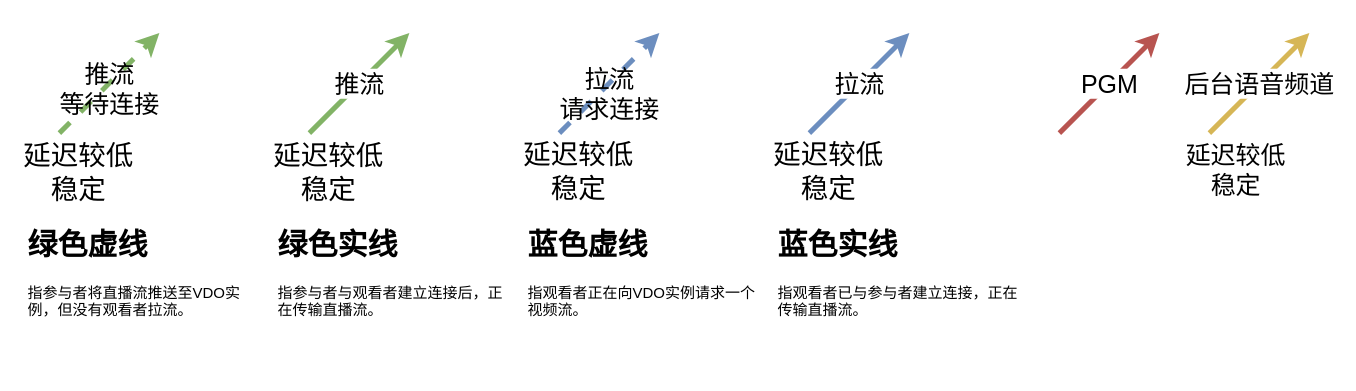
Above: mid-profile-01-vdo-notes.drawio in VTB-LINK/DRAW-IO-GRAPH (draw.io), before the change. Source tidied: cells renumbered, new cells numbered last; positions are measured from the earlier drawing's top-left corner, leaving out a move shared by most shapes. Both pictures are drawn from the tidied source at 125%, with x=0, y=0 at pixel (21, 32).
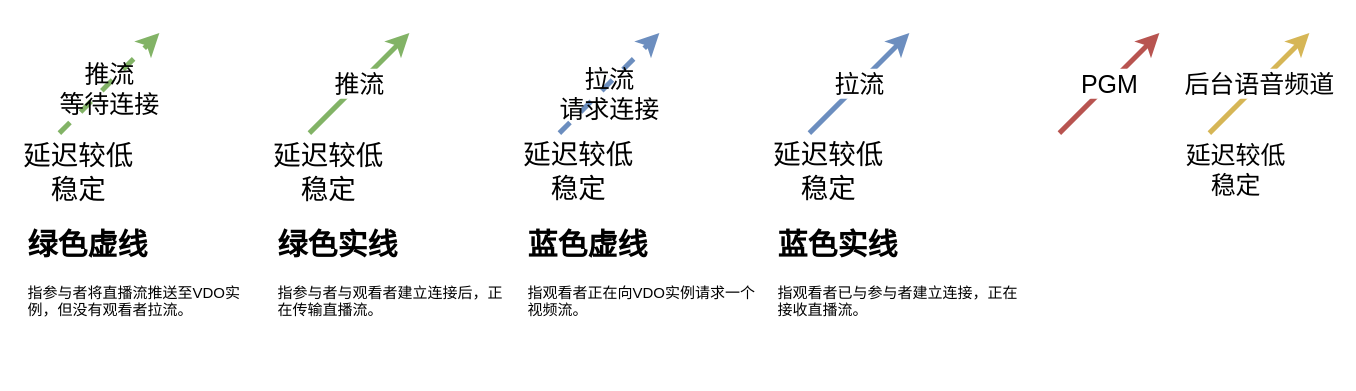
Above is the later version.

What changed in the source:
```diff
@@
-    <mxCell id="22" value="&lt;h1&gt;蓝色实线&lt;/h1&gt;&lt;p&gt;指观看者已与参与者建立连接，正在传输直播流。&lt;/p&gt;" style="text;html=1;strokeColor=none;fillColor=none;spacing=5;spacingTop=-20;whiteSpace=wrap;overflow=hidden;rounded=0;" parent="1" vertex="1">
+    <mxCell id="22" value="&lt;h1&gt;蓝色实线&lt;/h1&gt;&lt;p&gt;指观看者已与参与者建立连接，正在接收直播流。&lt;/p&gt;" style="text;html=1;strokeColor=none;fillColor=none;spacing=5;spacingTop=-20;whiteSpace=wrap;overflow=hidden;rounded=0;" parent="1" vertex="1">
       <mxGeometry x="600" y="150" width="200" height="120" as="geometry" />
     </mxCell>
```
